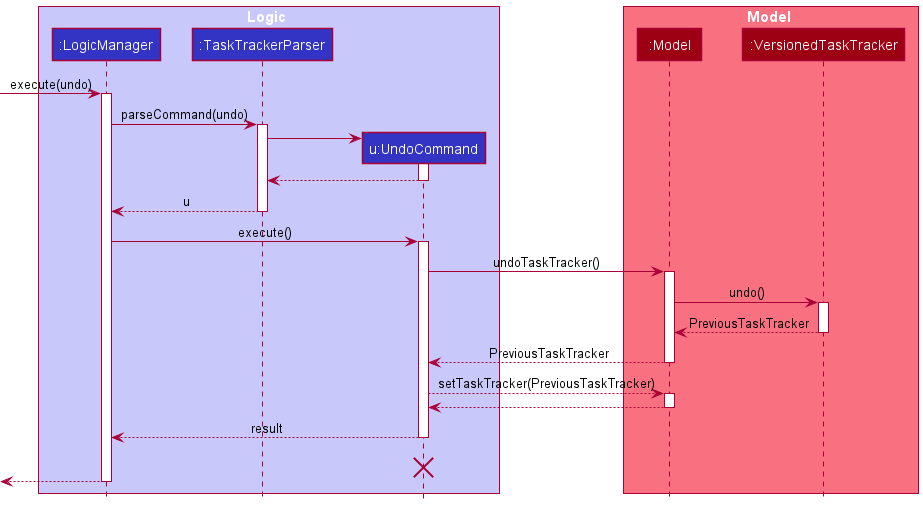
Before: docs/images/UndoSequenceDiagram.png, a diagram exported from PlantUML (nus-cs2103-AY2021S2/tp).
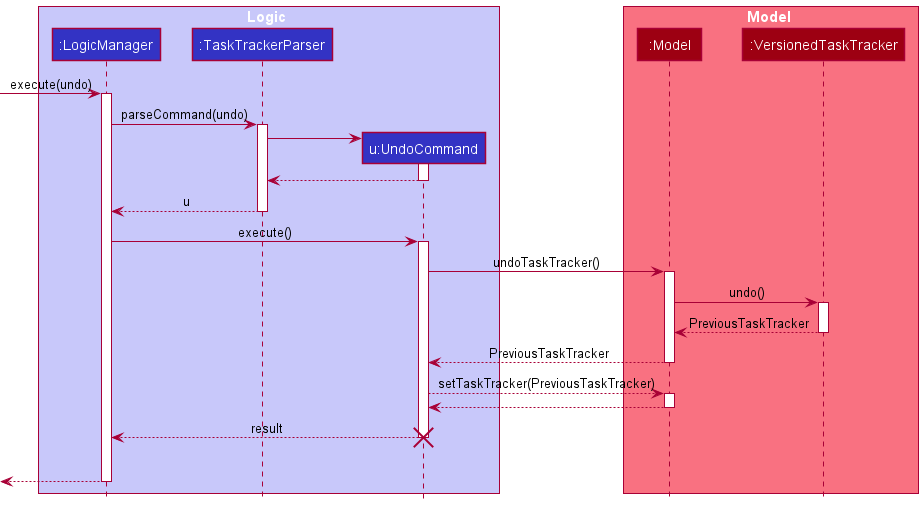
After the change.

Commit message:
fixing bug in sequence diagram

Change to the diagram source:
```diff
@@ -47,9 +47,8 @@
 Model --> UndoCommand
 deactivate Model
 UndoCommand --> LogicManager : result
-deactivate UndoCommand
+destroy UndoCommand
 UndoCommand -[hidden]-> LogicManager : result
-destroy UndoCommand
 
 [<--LogicManager
 deactivate LogicManager
```
